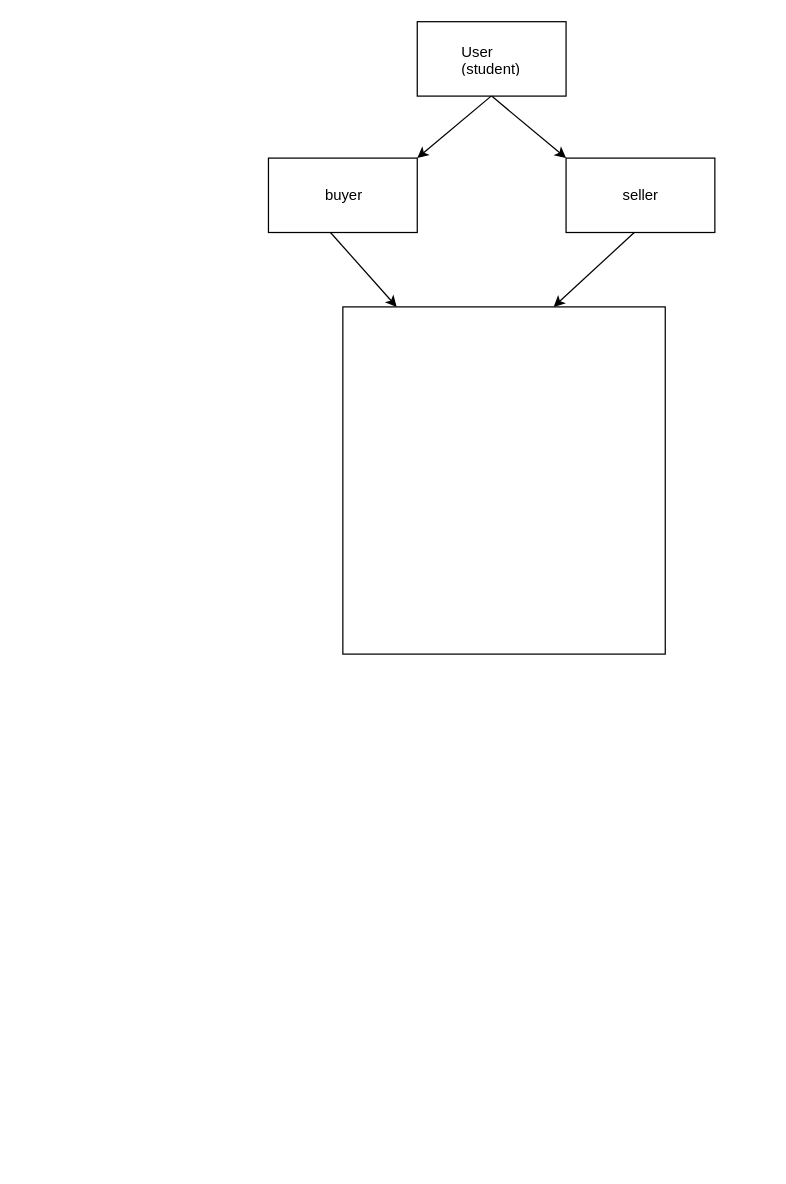
Earlier version of the draw.io diagram Untitled Diagram.drawio (Abhilash31304/auction_BidBox). Source tidied: cells renumbered, new cells numbered last; positions are measured from the earlier drawing's top-left corner, leaving out a move shared by most shapes. Both pictures are drawn from the tidied source at 124%, with x=0, y=0 at pixel (268, 21).
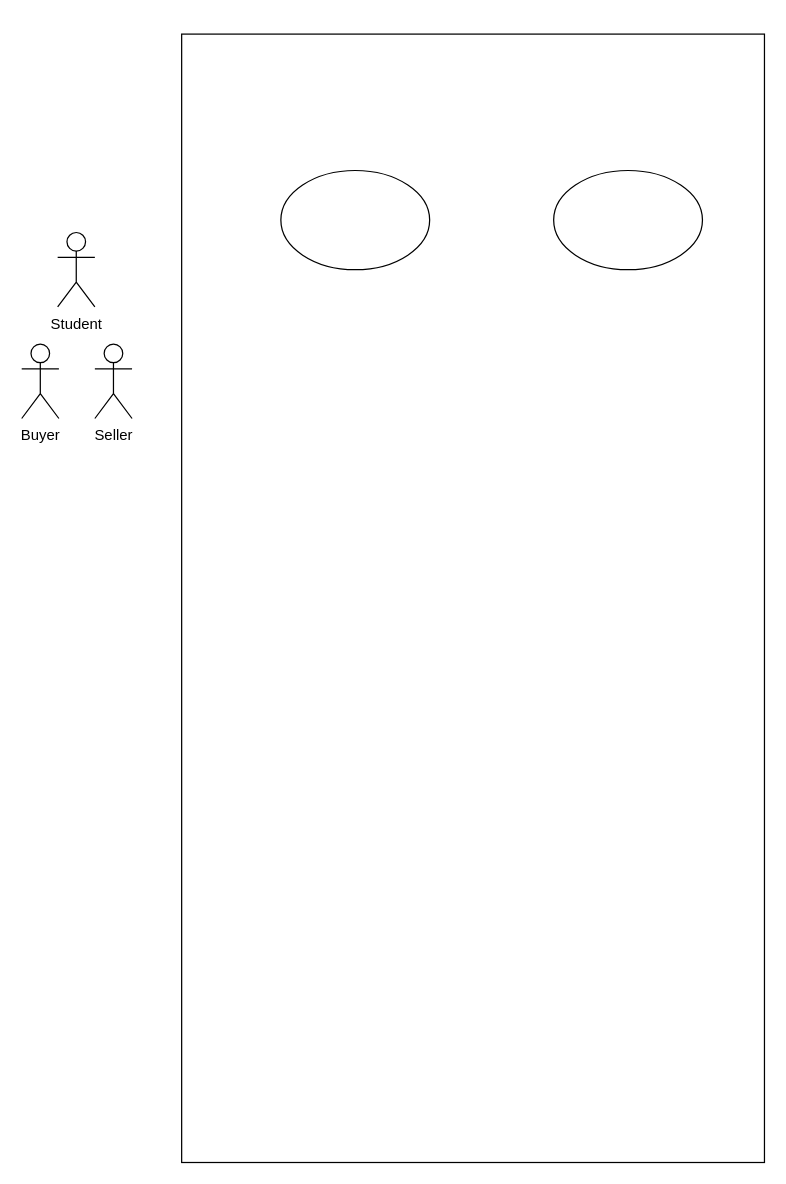
Above is the later version.

Change to the diagram source:
```diff
@@
 <mxGraphModel>
   <root>
     <mxCell id="0" />
     <mxCell id="1" parent="0" />
-    <mxCell id="2" style="rounded=0;whiteSpace=wrap;html=1;" parent="1" vertex="1">
-      <mxGeometry x="120" width="120" height="60" as="geometry" />
-    </mxCell>
-    <mxCell id="3" value="User&lt;div&gt;(student)&lt;/div&gt;" style="text;strokeColor=none;fillColor=none;align=left;verticalAlign=middle;spacingLeft=4;spacingRight=4;overflow=hidden;whiteSpace=wrap;html=1;" parent="1" vertex="1">
-      <mxGeometry x="150" y="15" width="80" height="30" as="geometry" />
-    </mxCell>
-    <mxCell id="4" style="endArrow=classic;html=1;rounded=0;" parent="1" edge="1">
-      <mxGeometry relative="1" as="geometry">
-        <mxPoint x="179.6" y="60" as="sourcePoint" />
-        <mxPoint x="120" y="110" as="targetPoint" />
-      </mxGeometry>
-    </mxCell>
-    <mxCell id="5" style="endArrow=classic;html=1;rounded=0;" parent="1" edge="1">
-      <mxGeometry relative="1" as="geometry">
-        <mxPoint x="180" y="60" as="sourcePoint" />
-        <mxPoint x="240" y="110" as="targetPoint" />
-      </mxGeometry>
-    </mxCell>
-    <mxCell id="6" style="rounded=0;whiteSpace=wrap;html=1;" parent="1" vertex="1">
-      <mxGeometry y="110" width="120" height="60" as="geometry" />
-    </mxCell>
-    <mxCell id="7" style="rounded=0;whiteSpace=wrap;html=1;" parent="1" vertex="1">
-      <mxGeometry x="240" y="110" width="120" height="60" as="geometry" />
-    </mxCell>
-    <mxCell id="8" value="buyer" style="text;strokeColor=none;fillColor=none;align=left;verticalAlign=middle;spacingLeft=4;spacingRight=4;overflow=hidden;whiteSpace=wrap;html=1;" parent="1" vertex="1">
-      <mxGeometry x="40" y="125" width="80" height="30" as="geometry" />
-    </mxCell>
-    <mxCell id="9" value="seller" style="text;strokeColor=none;fillColor=none;align=left;verticalAlign=middle;spacingLeft=4;spacingRight=4;overflow=hidden;whiteSpace=wrap;html=1;" parent="1" vertex="1">
-      <mxGeometry x="280" y="125" width="80" height="30" as="geometry" />
-    </mxCell>
-    <mxCell id="10" style="endArrow=classic;html=1;rounded=0;entryX=0.167;entryY=0;entryDx=0;entryDy=0;entryPerimeter=0;" parent="1" edge="1" target="12">
-      <mxGeometry relative="1" as="geometry">
-        <mxPoint x="50" y="170" as="sourcePoint" />
-      </mxGeometry>
-    </mxCell>
-    <mxCell id="11" style="endArrow=classic;html=1;rounded=0;" parent="1" edge="1">
-      <mxGeometry relative="1" as="geometry">
-        <mxPoint x="295" y="170" as="sourcePoint" />
-        <mxPoint x="230" y="230" as="targetPoint" />
-      </mxGeometry>
-    </mxCell>
-    <mxCell id="12" style="rounded=0;whiteSpace=wrap;html=1;" parent="1" vertex="1">
-      <mxGeometry x="60" y="230" width="260" height="280" as="geometry" />
-    </mxCell>
+    <mxCell id="13" style="rounded=0;whiteSpace=wrap;html=1;" parent="1" vertex="1">
+      <mxGeometry x="-70" y="10" width="470" height="910" as="geometry" />
+    </mxCell>
+    <mxCell id="14" value="Student" style="shape=umlActor;verticalLabelPosition=bottom;verticalAlign=top;html=1;" parent="1" vertex="1">
+      <mxGeometry x="-170" y="170" width="30" height="60" as="geometry" />
+    </mxCell>
+    <mxCell id="15" value="Seller" style="shape=umlActor;verticalLabelPosition=bottom;verticalAlign=top;html=1;" parent="1" vertex="1">
+      <mxGeometry x="-140" y="260" width="30" height="60" as="geometry" />
+    </mxCell>
+    <mxCell id="16" value="Buyer" style="shape=umlActor;verticalLabelPosition=bottom;verticalAlign=top;html=1;" parent="1" vertex="1">
+      <mxGeometry x="-199" y="260" width="30" height="60" as="geometry" />
+    </mxCell>
+    <mxCell id="17" style="ellipse;whiteSpace=wrap;html=1;" parent="1" vertex="1">
+      <mxGeometry x="230" y="120" width="120" height="80" as="geometry" />
+    </mxCell>
+    <mxCell id="18" style="ellipse;whiteSpace=wrap;html=1;" parent="1" vertex="1">
+      <mxGeometry x="10" y="120" width="120" height="80" as="geometry" />
+    </mxCell>
   </root>
 </mxGraphModel>
```
